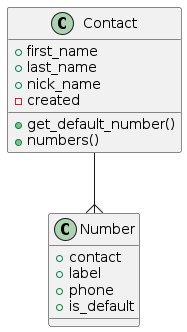
Above: umls/data_models.png in rabbitix/phonebook (PlantUML), before the change.
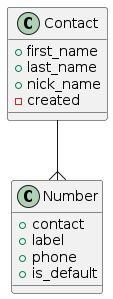
The same file after the commit.

The edit, as a diff of the source:
```diff
@@ -5,8 +5,6 @@
  +last_name
  +nick_name
  -created
- +get_default_number()
- +numbers()
 }
 
 class Number {
```
